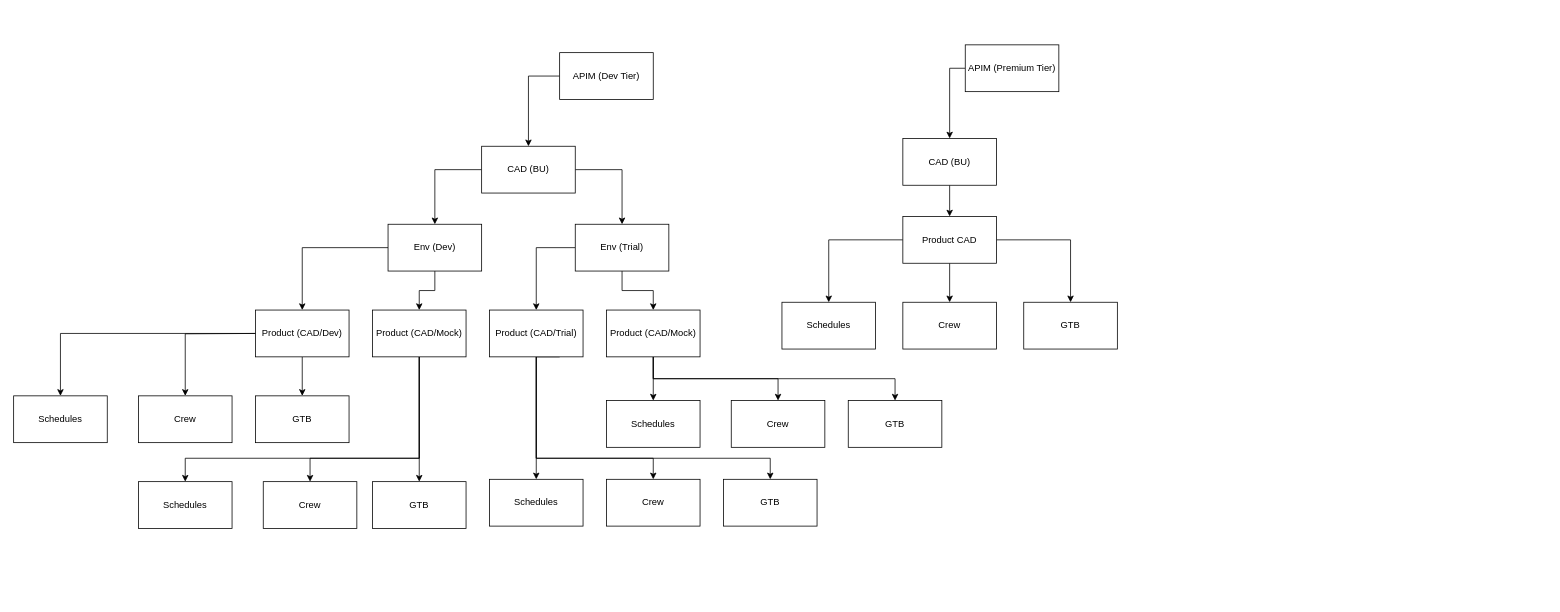
tz-projects/apim-tut keeps this draw.io diagram as apim-organization.drawio. Above is the earlier version. Source tidied: cells renumbered, new cells numbered last; positions are measured from the earlier drawing's top-left corner, leaving out a move shared by most shapes. Both pictures are drawn from the tidied source at 78%, with x=0, y=0 at pixel (13, 44).
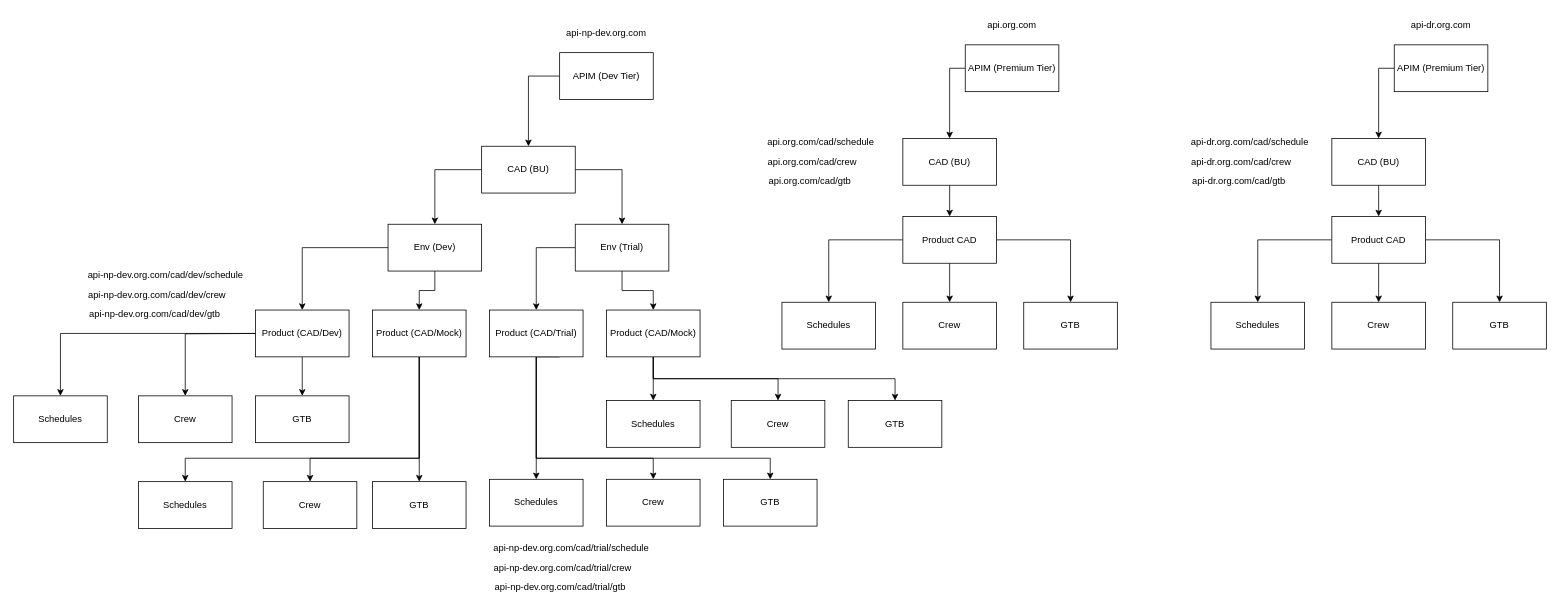
Above is the later version.

Commit message:
changes to apim organizational diagram

What changed in the source:
```diff
@@
+    <mxCell id="52" value="api-np-dev.org.com" style="text;html=1;align=center;verticalAlign=middle;whiteSpace=wrap;rounded=0;" parent="1" vertex="1">
+      <mxGeometry x="700" y="-30" width="120" height="30" as="geometry" />
+    </mxCell>
+    <mxCell id="53" value="api-np-dev.org.com/cad/dev/schedule" style="text;html=1;align=center;verticalAlign=middle;whiteSpace=wrap;rounded=0;" parent="1" vertex="1">
+      <mxGeometry x="90" y="280" width="210" height="30" as="geometry" />
+    </mxCell>
+    <mxCell id="54" value="api-np-dev.org.com/cad/dev/crew" style="text;html=1;align=center;verticalAlign=middle;whiteSpace=wrap;rounded=0;" parent="1" vertex="1">
+      <mxGeometry x="94" y="306" width="180" height="30" as="geometry" />
+    </mxCell>
+    <mxCell id="55" value="api-np-dev.org.com/cad/dev/gtb" style="text;html=1;align=center;verticalAlign=middle;whiteSpace=wrap;rounded=0;" parent="1" vertex="1">
+      <mxGeometry x="91" y="330" width="180" height="30" as="geometry" />
+    </mxCell>
+    <mxCell id="56" value="api.org.com/cad/schedule" style="text;html=1;align=center;verticalAlign=middle;whiteSpace=wrap;rounded=0;" parent="1" vertex="1">
+      <mxGeometry x="930" y="110" width="210" height="30" as="geometry" />
+    </mxCell>
+    <mxCell id="57" value="api.org.com/cad/crew" style="text;html=1;align=center;verticalAlign=middle;whiteSpace=wrap;rounded=0;" parent="1" vertex="1">
+      <mxGeometry x="934" y="136" width="180" height="30" as="geometry" />
+    </mxCell>
+    <mxCell id="58" value="api.org.com/cad/gtb" style="text;html=1;align=center;verticalAlign=middle;whiteSpace=wrap;rounded=0;" parent="1" vertex="1">
+      <mxGeometry x="931" y="160" width="180" height="30" as="geometry" />
+    </mxCell>
+    <mxCell id="59" value="api-np-dev.org.com/cad/trial/schedule" style="text;html=1;align=center;verticalAlign=middle;whiteSpace=wrap;rounded=0;" parent="1" vertex="1">
+      <mxGeometry x="610" y="630" width="210" height="30" as="geometry" />
+    </mxCell>
+    <mxCell id="60" value="api-np-dev.org.com/cad/trial/crew" style="text;html=1;align=center;verticalAlign=middle;whiteSpace=wrap;rounded=0;" parent="1" vertex="1">
+      <mxGeometry x="614" y="656" width="180" height="30" as="geometry" />
+    </mxCell>
+    <mxCell id="61" value="api-np-dev.org.com/cad/trial/gtb" style="text;html=1;align=center;verticalAlign=middle;whiteSpace=wrap;rounded=0;" parent="1" vertex="1">
+      <mxGeometry x="611" y="680" width="180" height="30" as="geometry" />
+    </mxCell>
+    <mxCell id="62" value="api.org.com" style="text;html=1;align=center;verticalAlign=middle;whiteSpace=wrap;rounded=0;" parent="1" vertex="1">
+      <mxGeometry x="1220" y="-40" width="120" height="30" as="geometry" />
+    </mxCell>
+    <mxCell id="63" style="edgeStyle=orthogonalEdgeStyle;rounded=0;jettySize=auto;html=1;exitX=0;exitY=0.5;exitDx=0;exitDy=0;entryX=0.5;entryY=0;entryDx=0;entryDy=0;" parent="1" edge="1" source="64" target="66">
+      <mxGeometry relative="1" as="geometry" />
+    </mxCell>
+    <mxCell id="64" value="APIM (Premium Tier)" style="rounded=0;whiteSpace=wrap;html=1;" parent="1" vertex="1">
+      <mxGeometry x="1770" width="120" height="60" as="geometry" />
+    </mxCell>
+    <mxCell id="65" style="edgeStyle=orthogonalEdgeStyle;rounded=0;jettySize=auto;html=1;exitX=0.5;exitY=1;exitDx=0;exitDy=0;entryX=0.5;entryY=0;entryDx=0;entryDy=0;" parent="1" edge="1" source="66" target="70">
+      <mxGeometry relative="1" as="geometry" />
+    </mxCell>
+    <mxCell id="66" value="CAD (BU)" style="rounded=0;whiteSpace=wrap;html=1;" parent="1" vertex="1">
+      <mxGeometry x="1690" y="120" width="120" height="60" as="geometry" />
+    </mxCell>
+    <mxCell id="67" style="edgeStyle=orthogonalEdgeStyle;rounded=0;jettySize=auto;html=1;exitX=0;exitY=0.5;exitDx=0;exitDy=0;entryX=0.5;entryY=0;entryDx=0;entryDy=0;" parent="1" edge="1" source="70" target="71">
+      <mxGeometry relative="1" as="geometry" />
+    </mxCell>
+    <mxCell id="68" style="edgeStyle=orthogonalEdgeStyle;rounded=0;jettySize=auto;html=1;exitX=0.5;exitY=1;exitDx=0;exitDy=0;entryX=0.5;entryY=0;entryDx=0;entryDy=0;" parent="1" edge="1" source="70" target="72">
+      <mxGeometry relative="1" as="geometry" />
+    </mxCell>
+    <mxCell id="69" style="edgeStyle=orthogonalEdgeStyle;rounded=0;jettySize=auto;html=1;exitX=1;exitY=0.5;exitDx=0;exitDy=0;entryX=0.5;entryY=0;entryDx=0;entryDy=0;" parent="1" edge="1" source="70" target="73">
+      <mxGeometry relative="1" as="geometry" />
+    </mxCell>
+    <mxCell id="70" value="Product CAD" style="rounded=0;whiteSpace=wrap;html=1;" parent="1" vertex="1">
+      <mxGeometry x="1690" y="220" width="120" height="60" as="geometry" />
+    </mxCell>
+    <mxCell id="71" value="Schedules" style="rounded=0;whiteSpace=wrap;html=1;" parent="1" vertex="1">
+      <mxGeometry x="1535" y="330" width="120" height="60" as="geometry" />
+    </mxCell>
+    <mxCell id="72" value="Crew" style="rounded=0;whiteSpace=wrap;html=1;" parent="1" vertex="1">
+      <mxGeometry x="1690" y="330" width="120" height="60" as="geometry" />
+    </mxCell>
+    <mxCell id="73" value="GTB" style="rounded=0;whiteSpace=wrap;html=1;" parent="1" vertex="1">
+      <mxGeometry x="1845" y="330" width="120" height="60" as="geometry" />
+    </mxCell>
+    <mxCell id="74" value="api-dr.org.com/cad/schedule" style="text;html=1;align=center;verticalAlign=middle;whiteSpace=wrap;rounded=0;" parent="1" vertex="1">
+      <mxGeometry x="1480" y="110" width="210" height="30" as="geometry" />
+    </mxCell>
+    <mxCell id="75" value="api-dr.org.com/cad/crew" style="text;html=1;align=center;verticalAlign=middle;whiteSpace=wrap;rounded=0;" parent="1" vertex="1">
+      <mxGeometry x="1484" y="136" width="180" height="30" as="geometry" />
+    </mxCell>
+    <mxCell id="76" value="api-dr.org.com/cad/gtb" style="text;html=1;align=center;verticalAlign=middle;whiteSpace=wrap;rounded=0;" parent="1" vertex="1">
+      <mxGeometry x="1481" y="160" width="180" height="30" as="geometry" />
+    </mxCell>
+    <mxCell id="77" value="api-dr.org.com" style="text;html=1;align=center;verticalAlign=middle;whiteSpace=wrap;rounded=0;" parent="1" vertex="1">
+      <mxGeometry x="1770" y="-40" width="120" height="30" as="geometry" />
+    </mxCell>
```
